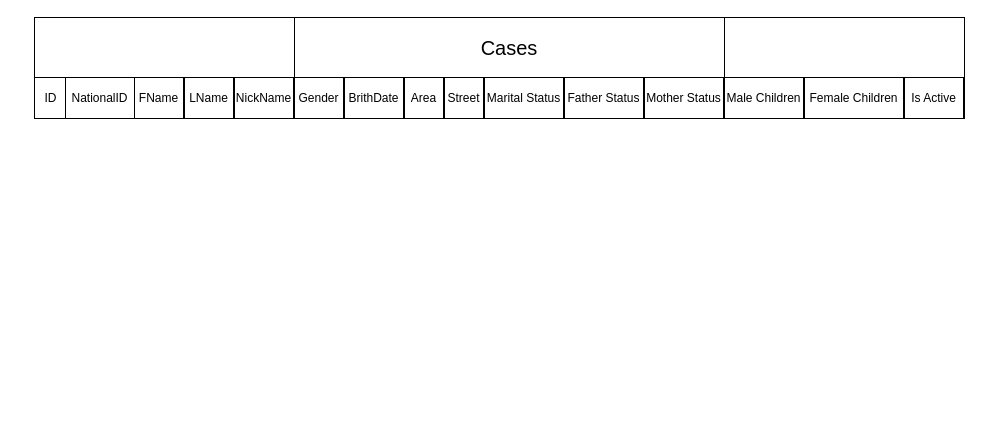
mohamedhany108/Ehsan keeps this draw.io diagram as DataBase/Mapping.drawio. Above is the earlier version. Source tidied: cells renumbered, new cells numbered last; positions are measured from the earlier drawing's top-left corner, leaving out a move shared by most shapes. Both pictures are drawn from the tidied source at 100%, with x=0, y=0 at pixel (34, 17).
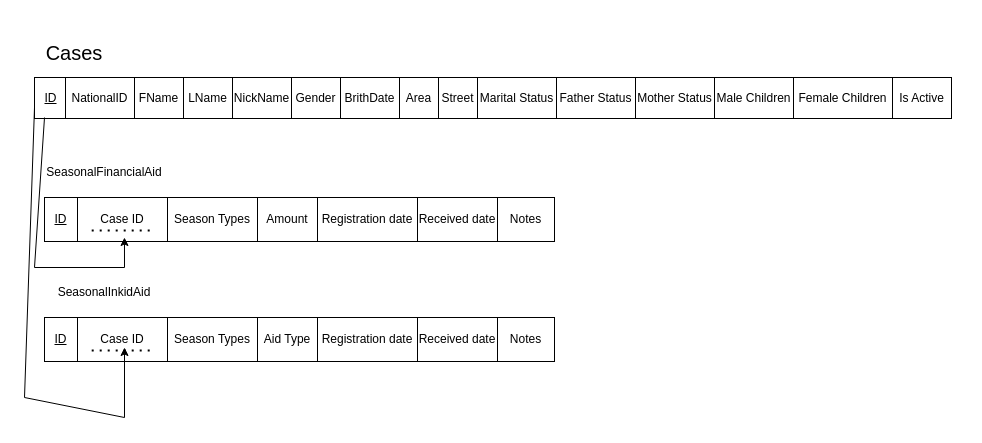
After the change.

Commit message (it also covers changes not shown here):
half ending mapping with Ahmed 2220037

Diff of the diagram source:
```diff
@@
-    <mxCell id="2" style="rounded=0;whiteSpace=wrap;html=1;" parent="1" vertex="1">
-      <mxGeometry width="930" height="101" as="geometry" />
-    </mxCell>
     <mxCell id="3" style="rounded=0;whiteSpace=wrap;html=1;" parent="1" vertex="1">
-      <mxGeometry y="60" width="929" height="41" as="geometry" />
+      <mxGeometry y="60" width="910" height="41" as="geometry" />
     </mxCell>
-    <mxCell id="4" value="ID" style="rounded=0;whiteSpace=wrap;html=1;labelBorderColor=none;strokeColor=default;align=center;verticalAlign=middle;fontFamily=Helvetica;fontSize=12;fontColor=default;fillColor=default;" parent="1" vertex="1">
+    <mxCell id="4" value="ID" style="rounded=0;whiteSpace=wrap;html=1;labelBorderColor=none;strokeColor=default;align=center;verticalAlign=middle;fontFamily=Helvetica;fontSize=12;fontColor=default;fillColor=default;fontStyle=4;" parent="1" vertex="1">
       <mxGeometry y="60" width="33" height="41" as="geometry" />
     </mxCell>
@@
     <mxCell id="7" value="LName" style="rounded=0;whiteSpace=wrap;html=1;" parent="1" vertex="1">
-      <mxGeometry x="150" y="60" width="49" height="41" as="geometry" />
+      <mxGeometry x="149" y="60" width="49" height="41" as="geometry" />
     </mxCell>
     <mxCell id="8" value="NickName" style="rounded=0;whiteSpace=wrap;html=1;" parent="1" vertex="1">
-      <mxGeometry x="200" y="60" width="59" height="41" as="geometry" />
+      <mxGeometry x="198" y="60" width="59" height="41" as="geometry" />
     </mxCell>
     <mxCell id="9" value="Gender" style="rounded=0;whiteSpace=wrap;html=1;" parent="1" vertex="1">
-      <mxGeometry x="260" y="60" width="49" height="41" as="geometry" />
+      <mxGeometry x="257" y="60" width="49" height="41" as="geometry" />
     </mxCell>
     <mxCell id="10" value="BrithDate" style="rounded=0;whiteSpace=wrap;html=1;" parent="1" vertex="1">
-      <mxGeometry x="310" y="60" width="59" height="41" as="geometry" />
+      <mxGeometry x="306" y="60" width="59" height="41" as="geometry" />
     </mxCell>
     <mxCell id="11" value="Area" style="rounded=0;whiteSpace=wrap;html=1;" parent="1" vertex="1">
-      <mxGeometry x="370" y="60" width="39" height="41" as="geometry" />
+      <mxGeometry x="365" y="60" width="39" height="41" as="geometry" />
     </mxCell>
     <mxCell id="12" value="Street" style="rounded=0;whiteSpace=wrap;html=1;" parent="1" vertex="1">
-      <mxGeometry x="410" y="60" width="39" height="41" as="geometry" />
+      <mxGeometry x="404" y="60" width="39" height="41" as="geometry" />
     </mxCell>
     <mxCell id="13" value="Marital Status" style="rounded=0;whiteSpace=wrap;html=1;" parent="1" vertex="1">
-      <mxGeometry x="450" y="60" width="79" height="41" as="geometry" />
+      <mxGeometry x="443" y="60" width="79" height="41" as="geometry" />
     </mxCell>
     <mxCell id="14" value="Father Status" style="rounded=0;whiteSpace=wrap;html=1;" parent="1" vertex="1">
-      <mxGeometry x="530" y="60" width="79" height="41" as="geometry" />
+      <mxGeometry x="522" y="60" width="79" height="41" as="geometry" />
     </mxCell>
     <mxCell id="15" value="Mother Status" style="rounded=0;whiteSpace=wrap;html=1;" parent="1" vertex="1">
-      <mxGeometry x="610" y="60" width="79" height="41" as="geometry" />
+      <mxGeometry x="601" y="60" width="79" height="41" as="geometry" />
     </mxCell>
     <mxCell id="16" value="Male Children" style="rounded=0;whiteSpace=wrap;html=1;" parent="1" vertex="1">
-      <mxGeometry x="690" y="60" width="79" height="41" as="geometry" />
+      <mxGeometry x="680" y="60" width="79" height="41" as="geometry" />
     </mxCell>
     <mxCell id="17" value="Female Children" style="rounded=0;whiteSpace=wrap;html=1;" parent="1" vertex="1">
-      <mxGeometry x="770" y="60" width="99" height="41" as="geometry" />
+      <mxGeometry x="759" y="60" width="99" height="41" as="geometry" />
     </mxCell>
     <mxCell id="18" value="Is Active" style="rounded=0;whiteSpace=wrap;html=1;fontSize=12;" parent="1" vertex="1">
-      <mxGeometry x="870" y="60" width="59" height="41" as="geometry" />
+      <mxGeometry x="858" y="60" width="59" height="41" as="geometry" />
     </mxCell>
+    <mxCell id="20" style="rounded=0;whiteSpace=wrap;html=1;" parent="1" vertex="1">
+      <mxGeometry x="10" y="180" width="510" height="44" as="geometry" />
+    </mxCell>
+    <mxCell id="21" value="ID" style="rounded=0;whiteSpace=wrap;html=1;labelBorderColor=none;strokeColor=default;align=center;verticalAlign=middle;fontFamily=Helvetica;fontSize=12;fontColor=default;fillColor=default;fontStyle=4;" parent="1" vertex="1">
+      <mxGeometry x="10" y="180" width="33" height="44" as="geometry" />
+    </mxCell>
+    <mxCell id="22" value="Season Types" style="rounded=0;whiteSpace=wrap;html=1;" parent="1" vertex="1">
+      <mxGeometry x="133" y="180" width="90" height="44" as="geometry" />
+    </mxCell>
+    <mxCell id="23" value="Amount" style="rounded=0;whiteSpace=wrap;html=1;" parent="1" vertex="1">
+      <mxGeometry x="223" y="180" width="60" height="44" as="geometry" />
+    </mxCell>
+    <mxCell id="24" value="Registration date" style="rounded=0;whiteSpace=wrap;html=1;" parent="1" vertex="1">
+      <mxGeometry x="283" y="180" width="100" height="44" as="geometry" />
+    </mxCell>
+    <mxCell id="25" value="Received date" style="rounded=0;whiteSpace=wrap;html=1;" parent="1" vertex="1">
+      <mxGeometry x="383" y="180" width="80" height="44" as="geometry" />
+    </mxCell>
+    <mxCell id="26" value="Notes" style="rounded=0;whiteSpace=wrap;html=1;" parent="1" vertex="1">
+      <mxGeometry x="463" y="180" width="57" height="44" as="geometry" />
+    </mxCell>
+    <mxCell id="27" style="group;" parent="1" vertex="1">
+      <mxGeometry x="43" y="180" width="90" height="44" as="geometry" />
+    </mxCell>
+    <mxCell id="28" value="Case ID" style="rounded=0;whiteSpace=wrap;html=1;" parent="27" vertex="1">
+      <mxGeometry width="90" height="44" as="geometry" />
+    </mxCell>
+    <mxCell id="29" style="endArrow=none;dashed=1;html=1;dashPattern=1 3;strokeWidth=2;rounded=0;" parent="27" edge="1">
+      <mxGeometry relative="1" as="geometry">
+        <mxPoint x="14.2" y="33" as="sourcePoint" />
+        <mxPoint x="75.8" y="33" as="targetPoint" />
+        <Array as="points">
+          <mxPoint x="38.8" y="33" />
+        </Array>
+      </mxGeometry>
+    </mxCell>
+    <mxCell id="30" value="SeasonalFinancialAid" style="text;html=1;align=center;verticalAlign=middle;whiteSpace=wrap;rounded=0;" parent="1" vertex="1">
+      <mxGeometry x="40" y="140" width="60" height="30" as="geometry" />
+    </mxCell>
-    <mxCell id="19" value="&lt;font style=&quot;font-size: 20px;&quot;&gt;Cases&lt;/font&gt;" style="rounded=0;whiteSpace=wrap;html=1;" parent="1" vertex="1">
-      <mxGeometry x="260" width="430" height="60" as="geometry" />
+    <mxCell id="19" value="&lt;span style=&quot;font-size: 20px;&quot;&gt;Cases&lt;/span&gt;" style="text;html=1;align=center;verticalAlign=middle;whiteSpace=wrap;rounded=0;" parent="1" vertex="1">
+      <mxGeometry x="10" y="20" width="60" height="30" as="geometry" />
     </mxCell>
+    <mxCell id="31" style="endArrow=classic;html=1;rounded=0;entryX=0.522;entryY=0.909;entryDx=0;entryDy=0;entryPerimeter=0;exitX=0.303;exitY=0.976;exitDx=0;exitDy=0;exitPerimeter=0;" parent="1" edge="1" source="4" target="28">
+      <mxGeometry relative="1" as="geometry">
+        <Array as="points">
+          <mxPoint y="250" />
+          <mxPoint x="90" y="250" />
+        </Array>
+      </mxGeometry>
+    </mxCell>
+    <mxCell id="32" style="rounded=0;whiteSpace=wrap;html=1;" parent="1" vertex="1">
+      <mxGeometry x="10" y="300" width="510" height="44" as="geometry" />
+    </mxCell>
+    <mxCell id="33" value="ID" style="rounded=0;whiteSpace=wrap;html=1;labelBorderColor=none;strokeColor=default;align=center;verticalAlign=middle;fontFamily=Helvetica;fontSize=12;fontColor=default;fillColor=default;fontStyle=4;" parent="1" vertex="1">
+      <mxGeometry x="10" y="300" width="33" height="44" as="geometry" />
+    </mxCell>
+    <mxCell id="34" value="Season Types" style="rounded=0;whiteSpace=wrap;html=1;" parent="1" vertex="1">
+      <mxGeometry x="133" y="300" width="90" height="44" as="geometry" />
+    </mxCell>
+    <mxCell id="35" value="Aid Type" style="rounded=0;whiteSpace=wrap;html=1;" parent="1" vertex="1">
+      <mxGeometry x="223" y="300" width="60" height="44" as="geometry" />
+    </mxCell>
+    <mxCell id="36" value="Registration date" style="rounded=0;whiteSpace=wrap;html=1;" parent="1" vertex="1">
+      <mxGeometry x="283" y="300" width="100" height="44" as="geometry" />
+    </mxCell>
+    <mxCell id="37" value="Received date" style="rounded=0;whiteSpace=wrap;html=1;" parent="1" vertex="1">
+      <mxGeometry x="383" y="300" width="80" height="44" as="geometry" />
+    </mxCell>
+    <mxCell id="38" value="Notes" style="rounded=0;whiteSpace=wrap;html=1;" parent="1" vertex="1">
+      <mxGeometry x="463" y="300" width="57" height="44" as="geometry" />
+    </mxCell>
+    <mxCell id="39" style="group;" parent="1" vertex="1">
+      <mxGeometry x="43" y="300" width="90" height="44" as="geometry" />
+    </mxCell>
+    <mxCell id="40" value="Case ID" style="rounded=0;whiteSpace=wrap;html=1;" parent="39" vertex="1">
+      <mxGeometry width="90" height="44" as="geometry" />
+    </mxCell>
+    <mxCell id="41" style="endArrow=none;dashed=1;html=1;dashPattern=1 3;strokeWidth=2;rounded=0;" parent="39" edge="1">
+      <mxGeometry relative="1" as="geometry">
+        <mxPoint x="14.2" y="33" as="sourcePoint" />
+        <mxPoint x="75.8" y="33" as="targetPoint" />
+        <Array as="points">
+          <mxPoint x="38.8" y="33" />
+        </Array>
+      </mxGeometry>
+    </mxCell>
+    <mxCell id="42" value="SeasonalInkidAid" style="text;html=1;align=center;verticalAlign=middle;whiteSpace=wrap;rounded=0;" parent="1" vertex="1">
+      <mxGeometry x="40" y="260" width="60" height="30" as="geometry" />
+    </mxCell>
+    <mxCell id="43" style="endArrow=classic;html=1;rounded=0;exitX=0;exitY=0.732;exitDx=0;exitDy=0;exitPerimeter=0;" parent="1" edge="1" source="4">
+      <mxGeometry relative="1" as="geometry">
+        <mxPoint x="90" y="330" as="targetPoint" />
+        <Array as="points">
+          <mxPoint x="-10" y="380" />
+          <mxPoint x="90" y="400" />
+        </Array>
+      </mxGeometry>
+    </mxCell>
```
